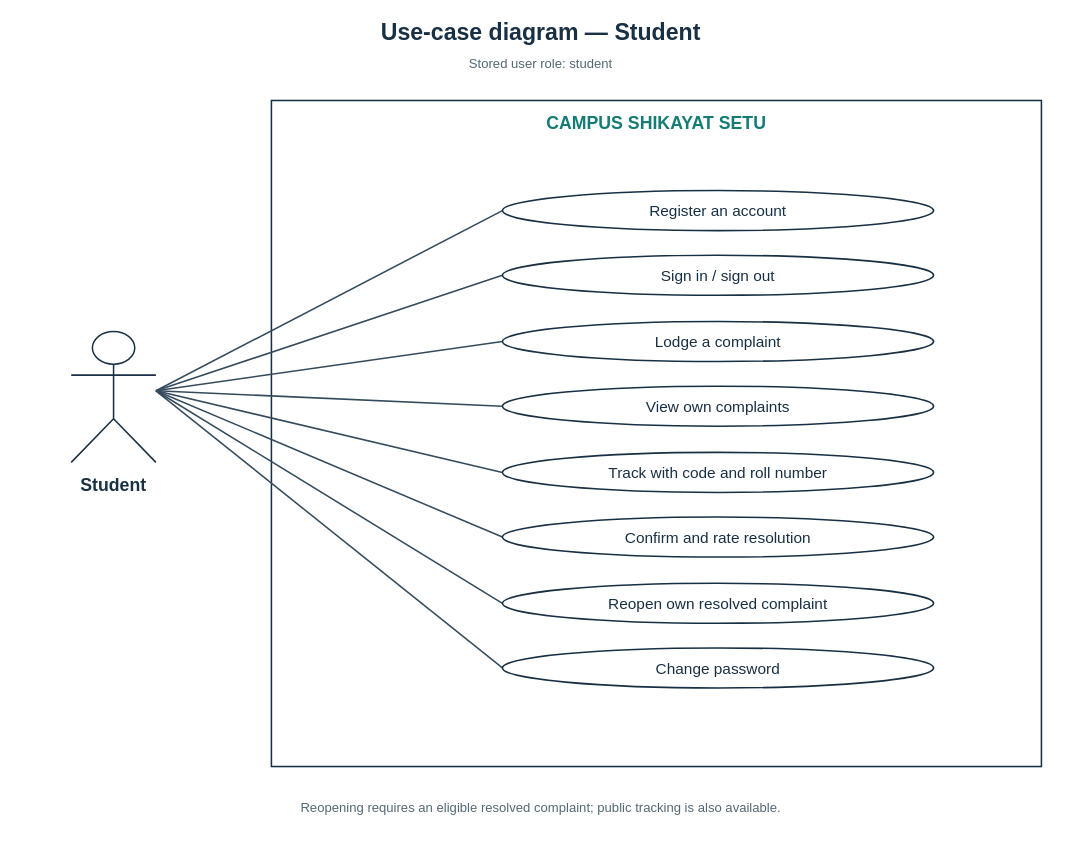
Yashwant-git392/Yashwant-git392 keeps this draw.io diagram as page "Student" (1 of 4) of shikayat-setu/report/diagrams/fig-usecase.drawio. Above is the earlier version. Source tidied: cells renumbered, new cells numbered last; positions are measured from the earlier drawing's top-left corner, leaving out a move shared by most shapes. Both pictures are drawn from the tidied source at 77%, with x=0, y=0 at pixel (13, 13).
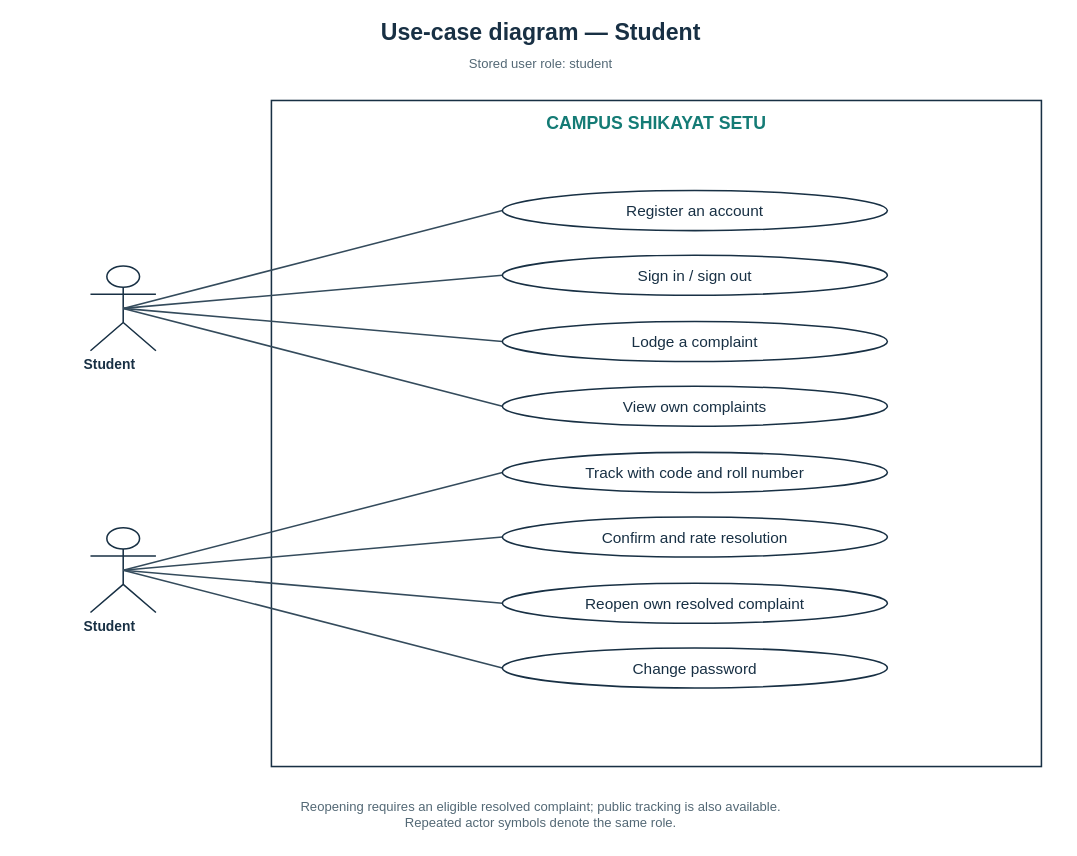
Above is the later version.

The edit, as a diff of the source:
```diff
@@
     <mxCell id="6" style="shape=umlActor;html=0;fillColor=white;strokeColor=#183044;strokeWidth=2;" parent="1" vertex="1">
-      <mxGeometry x="75" y="413" width="110" height="170" as="geometry" />
+      <mxGeometry x="100" y="328" width="85" height="110" as="geometry" />
     </mxCell>
-    <mxCell id="7" value="Student" style="text;html=0;align=center;verticalAlign=middle;whiteSpace=wrap;strokeColor=none;fillColor=none;fontFamily=Arial;fontSize=23;fontColor=#183044;fontStyle=1;" parent="1" vertex="1">
-      <mxGeometry y="593" width="260" height="40" as="geometry" />
+    <mxCell id="7" value="Student" style="text;html=0;align=center;verticalAlign=middle;whiteSpace=wrap;strokeColor=none;fillColor=none;fontFamily=Arial;fontSize=18;fontColor=#183044;fontStyle=1;" parent="1" vertex="1">
+      <mxGeometry y="441" width="250" height="30" as="geometry" />
     </mxCell>
-    <mxCell id="8" style="edgeStyle=none;rounded=0;strokeColor=#344b5c;strokeWidth=2;endArrow=none;endFill=0;dashed=0;" parent="1" edge="1">
-      <mxGeometry relative="1" as="geometry">
-        <mxPoint x="185" y="490" as="sourcePoint" />
-        <mxPoint x="635" y="256" as="targetPoint" />
-      </mxGeometry>
+    <mxCell id="8" style="edgeStyle=none;rounded=0;strokeColor=#344b5c;strokeWidth=2;endArrow=none;endFill=0;dashed=0;exitX=0.5000;exitY=0.5000;exitPerimeter=0;entryX=0.0000;entryY=0.5000;entryPerimeter=0;" parent="1" edge="1" source="6" target="9">
+      <mxGeometry relative="1" as="geometry" />
     </mxCell>
     <mxCell id="9" value="Register an account" style="ellipse;whiteSpace=wrap;html=0;fillColor=white;strokeColor=#183044;strokeWidth=2;fontFamily=Arial;fontSize=20;fontColor=#183044;fontStyle=0;align=center;verticalAlign=middle;" parent="1" vertex="1">
-      <mxGeometry x="635" y="230" width="560" height="52" as="geometry" />
+      <mxGeometry x="635" y="230" width="500" height="52" as="geometry" />
     </mxCell>
-    <mxCell id="10" style="edgeStyle=none;rounded=0;strokeColor=#344b5c;strokeWidth=2;endArrow=none;endFill=0;dashed=0;" parent="1" edge="1">
-      <mxGeometry relative="1" as="geometry">
-        <mxPoint x="185" y="490" as="sourcePoint" />
-        <mxPoint x="635" y="340" as="targetPoint" />
-      </mxGeometry>
+    <mxCell id="10" style="edgeStyle=none;rounded=0;strokeColor=#344b5c;strokeWidth=2;endArrow=none;endFill=0;dashed=0;exitX=0.5000;exitY=0.5000;exitPerimeter=0;entryX=0.0000;entryY=0.5000;entryPerimeter=0;" parent="1" edge="1" source="6" target="11">
+      <mxGeometry relative="1" as="geometry" />
     </mxCell>
     <mxCell id="11" value="Sign in / sign out" style="ellipse;whiteSpace=wrap;html=0;fillColor=white;strokeColor=#183044;strokeWidth=2;fontFamily=Arial;fontSize=20;fontColor=#183044;fontStyle=0;align=center;verticalAlign=middle;" parent="1" vertex="1">
-      <mxGeometry x="635" y="314" width="560" height="52" as="geometry" />
+      <mxGeometry x="635" y="314" width="500" height="52" as="geometry" />
     </mxCell>
-    <mxCell id="12" style="edgeStyle=none;rounded=0;strokeColor=#344b5c;strokeWidth=2;endArrow=none;endFill=0;dashed=0;" parent="1" edge="1">
-      <mxGeometry relative="1" as="geometry">
-        <mxPoint x="185" y="490" as="sourcePoint" />
-        <mxPoint x="635" y="426" as="targetPoint" />
-      </mxGeometry>
+    <mxCell id="12" style="edgeStyle=none;rounded=0;strokeColor=#344b5c;strokeWidth=2;endArrow=none;endFill=0;dashed=0;exitX=0.5000;exitY=0.5000;exitPerimeter=0;entryX=0.0000;entryY=0.5000;entryPerimeter=0;" parent="1" edge="1" source="6" target="13">
+      <mxGeometry relative="1" as="geometry" />
     </mxCell>
     <mxCell id="13" value="Lodge a complaint" style="ellipse;whiteSpace=wrap;html=0;fillColor=white;strokeColor=#183044;strokeWidth=2;fontFamily=Arial;fontSize=20;fontColor=#183044;fontStyle=0;align=center;verticalAlign=middle;" parent="1" vertex="1">
-      <mxGeometry x="635" y="400" width="560" height="52" as="geometry" />
+      <mxGeometry x="635" y="400" width="500" height="52" as="geometry" />
     </mxCell>
-    <mxCell id="14" style="edgeStyle=none;rounded=0;strokeColor=#344b5c;strokeWidth=2;endArrow=none;endFill=0;dashed=0;" parent="1" edge="1">
-      <mxGeometry relative="1" as="geometry">
-        <mxPoint x="185" y="490" as="sourcePoint" />
-        <mxPoint x="635" y="510" as="targetPoint" />
-      </mxGeometry>
+    <mxCell id="14" style="edgeStyle=none;rounded=0;strokeColor=#344b5c;strokeWidth=2;endArrow=none;endFill=0;dashed=0;exitX=0.5000;exitY=0.5000;exitPerimeter=0;entryX=0.0000;entryY=0.5000;entryPerimeter=0;" parent="1" edge="1" source="6" target="15">
+      <mxGeometry relative="1" as="geometry" />
     </mxCell>
     <mxCell id="15" value="View own complaints" style="ellipse;whiteSpace=wrap;html=0;fillColor=white;strokeColor=#183044;strokeWidth=2;fontFamily=Arial;fontSize=20;fontColor=#183044;fontStyle=0;align=center;verticalAlign=middle;" parent="1" vertex="1">
-      <mxGeometry x="635" y="484" width="560" height="52" as="geometry" />
+      <mxGeometry x="635" y="484" width="500" height="52" as="geometry" />
     </mxCell>
-    <mxCell id="16" style="edgeStyle=none;rounded=0;strokeColor=#344b5c;strokeWidth=2;endArrow=none;endFill=0;dashed=0;" parent="1" edge="1">
-      <mxGeometry relative="1" as="geometry">
-        <mxPoint x="185" y="490" as="sourcePoint" />
-        <mxPoint x="635" y="596" as="targetPoint" />
-      </mxGeometry>
+    <mxCell id="16" style="shape=umlActor;html=0;fillColor=white;strokeColor=#183044;strokeWidth=2;" parent="1" vertex="1">
+      <mxGeometry x="100" y="668" width="85" height="110" as="geometry" />
     </mxCell>
-    <mxCell id="17" value="Track with code and roll number" style="ellipse;whiteSpace=wrap;html=0;fillColor=white;strokeColor=#183044;strokeWidth=2;fontFamily=Arial;fontSize=20;fontColor=#183044;fontStyle=0;align=center;verticalAlign=middle;" parent="1" vertex="1">
-      <mxGeometry x="635" y="570" width="560" height="52" as="geometry" />
+    <mxCell id="17" value="Student" style="text;html=0;align=center;verticalAlign=middle;whiteSpace=wrap;strokeColor=none;fillColor=none;fontFamily=Arial;fontSize=18;fontColor=#183044;fontStyle=1;" parent="1" vertex="1">
+      <mxGeometry y="781" width="250" height="30" as="geometry" />
     </mxCell>
-    <mxCell id="18" style="edgeStyle=none;rounded=0;strokeColor=#344b5c;strokeWidth=2;endArrow=none;endFill=0;dashed=0;" parent="1" edge="1">
-      <mxGeometry relative="1" as="geometry">
-        <mxPoint x="185" y="490" as="sourcePoint" />
-        <mxPoint x="635" y="680" as="targetPoint" />
-      </mxGeometry>
+    <mxCell id="18" style="edgeStyle=none;rounded=0;strokeColor=#344b5c;strokeWidth=2;endArrow=none;endFill=0;dashed=0;exitX=0.5000;exitY=0.5000;exitPerimeter=0;entryX=0.0000;entryY=0.5000;entryPerimeter=0;" parent="1" edge="1" source="16" target="19">
+      <mxGeometry relative="1" as="geometry" />
     </mxCell>
-    <mxCell id="19" value="Confirm and rate resolution" style="ellipse;whiteSpace=wrap;html=0;fillColor=white;strokeColor=#183044;strokeWidth=2;fontFamily=Arial;fontSize=20;fontColor=#183044;fontStyle=0;align=center;verticalAlign=middle;" parent="1" vertex="1">
-      <mxGeometry x="635" y="654" width="560" height="52" as="geometry" />
+    <mxCell id="19" value="Track with code and roll number" style="ellipse;whiteSpace=wrap;html=0;fillColor=white;strokeColor=#183044;strokeWidth=2;fontFamily=Arial;fontSize=20;fontColor=#183044;fontStyle=0;align=center;verticalAlign=middle;" parent="1" vertex="1">
+      <mxGeometry x="635" y="570" width="500" height="52" as="geometry" />
     </mxCell>
-    <mxCell id="20" style="edgeStyle=none;rounded=0;strokeColor=#344b5c;strokeWidth=2;endArrow=none;endFill=0;dashed=0;" parent="1" edge="1">
-      <mxGeometry relative="1" as="geometry">
-        <mxPoint x="185" y="490" as="sourcePoint" />
-        <mxPoint x="635" y="766" as="targetPoint" />
-      </mxGeometry>
+    <mxCell id="20" style="edgeStyle=none;rounded=0;strokeColor=#344b5c;strokeWidth=2;endArrow=none;endFill=0;dashed=0;exitX=0.5000;exitY=0.5000;exitPerimeter=0;entryX=0.0000;entryY=0.5000;entryPerimeter=0;" parent="1" edge="1" source="16" target="21">
+      <mxGeometry relative="1" as="geometry" />
     </mxCell>
-    <mxCell id="21" value="Reopen own resolved complaint" style="ellipse;whiteSpace=wrap;html=0;fillColor=white;strokeColor=#183044;strokeWidth=2;fontFamily=Arial;fontSize=20;fontColor=#183044;fontStyle=0;align=center;verticalAlign=middle;" parent="1" vertex="1">
-      <mxGeometry x="635" y="740" width="560" height="52" as="geometry" />
+    <mxCell id="21" value="Confirm and rate resolution" style="ellipse;whiteSpace=wrap;html=0;fillColor=white;strokeColor=#183044;strokeWidth=2;fontFamily=Arial;fontSize=20;fontColor=#183044;fontStyle=0;align=center;verticalAlign=middle;" parent="1" vertex="1">
+      <mxGeometry x="635" y="654" width="500" height="52" as="geometry" />
     </mxCell>
-    <mxCell id="22" style="edgeStyle=none;rounded=0;strokeColor=#344b5c;strokeWidth=2;endArrow=none;endFill=0;dashed=0;" parent="1" edge="1">
-      <mxGeometry relative="1" as="geometry">
-        <mxPoint x="185" y="490" as="sourcePoint" />
-        <mxPoint x="635" y="850" as="targetPoint" />
-      </mxGeometry>
+    <mxCell id="22" style="edgeStyle=none;rounded=0;strokeColor=#344b5c;strokeWidth=2;endArrow=none;endFill=0;dashed=0;exitX=0.5000;exitY=0.5000;exitPerimeter=0;entryX=0.0000;entryY=0.5000;entryPerimeter=0;" parent="1" edge="1" source="16" target="23">
+      <mxGeometry relative="1" as="geometry" />
     </mxCell>
-    <mxCell id="23" value="Change password" style="ellipse;whiteSpace=wrap;html=0;fillColor=white;strokeColor=#183044;strokeWidth=2;fontFamily=Arial;fontSize=20;fontColor=#183044;fontStyle=0;align=center;verticalAlign=middle;" parent="1" vertex="1">
-      <mxGeometry x="635" y="824" width="560" height="52" as="geometry" />
+    <mxCell id="23" value="Reopen own resolved complaint" style="ellipse;whiteSpace=wrap;html=0;fillColor=white;strokeColor=#183044;strokeWidth=2;fontFamily=Arial;fontSize=20;fontColor=#183044;fontStyle=0;align=center;verticalAlign=middle;" parent="1" vertex="1">
+      <mxGeometry x="635" y="740" width="500" height="52" as="geometry" />
     </mxCell>
-    <mxCell id="24" value="Reopening requires an eligible resolved complaint; public tracking is also available." style="text;html=0;align=center;verticalAlign=middle;whiteSpace=wrap;strokeColor=none;fillColor=none;fontFamily=Arial;fontSize=17;fontColor=#536875;fontStyle=0;" parent="1" vertex="1">
-      <mxGeometry x="5" y="1003" width="1360" height="60" as="geometry" />
+    <mxCell id="24" style="edgeStyle=none;rounded=0;strokeColor=#344b5c;strokeWidth=2;endArrow=none;endFill=0;dashed=0;exitX=0.5000;exitY=0.5000;exitPerimeter=0;entryX=0.0000;entryY=0.5000;entryPerimeter=0;" parent="1" edge="1" source="16" target="25">
+      <mxGeometry relative="1" as="geometry" />
     </mxCell>
+    <mxCell id="25" value="Change password" style="ellipse;whiteSpace=wrap;html=0;fillColor=white;strokeColor=#183044;strokeWidth=2;fontFamily=Arial;fontSize=20;fontColor=#183044;fontStyle=0;align=center;verticalAlign=middle;" parent="1" vertex="1">
+      <mxGeometry x="635" y="824" width="500" height="52" as="geometry" />
+    </mxCell>
+    <mxCell id="26" value="Reopening requires an eligible resolved complaint; public tracking is also available.&#10;Repeated actor symbols denote the same role." style="text;html=0;align=center;verticalAlign=middle;whiteSpace=wrap;strokeColor=none;fillColor=none;fontFamily=Arial;fontSize=17;fontColor=#536875;fontStyle=0;" parent="1" vertex="1">
+      <mxGeometry x="5" y="1003" width="1360" height="75" as="geometry" />
+    </mxCell>
```
